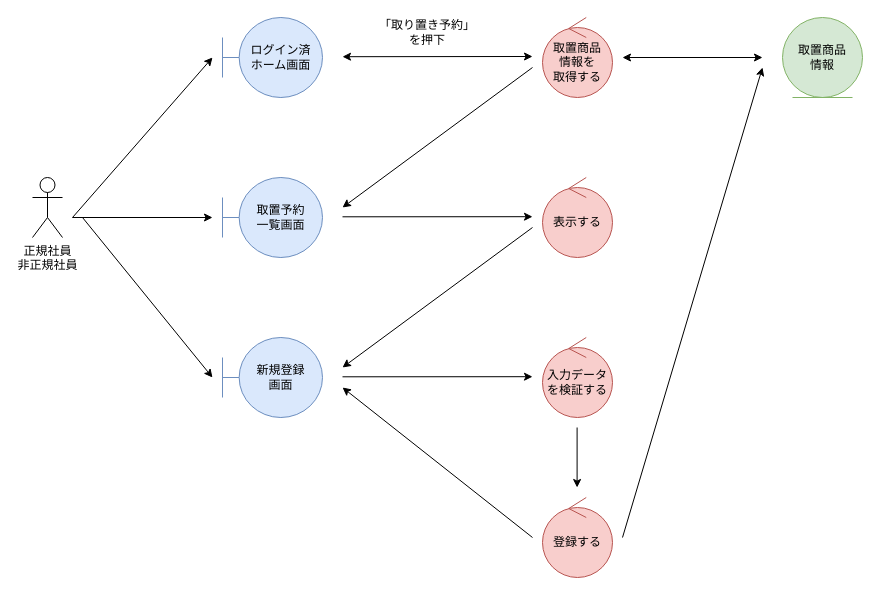
Before: page "*取置予約管理_登録" (1 of 4) of 各種設計書/3ロバストネス図/商品情報管理/3.取置予約管理.drawio in HaruShim/Sotuken, a draw.io diagram. Source tidied: cells renumbered, new cells numbered last; positions are measured from the earlier drawing's top-left corner, leaving out a move shared by most shapes. Both pictures are drawn from the tidied source at 100%, with x=0, y=0 at pixel (32, 17).
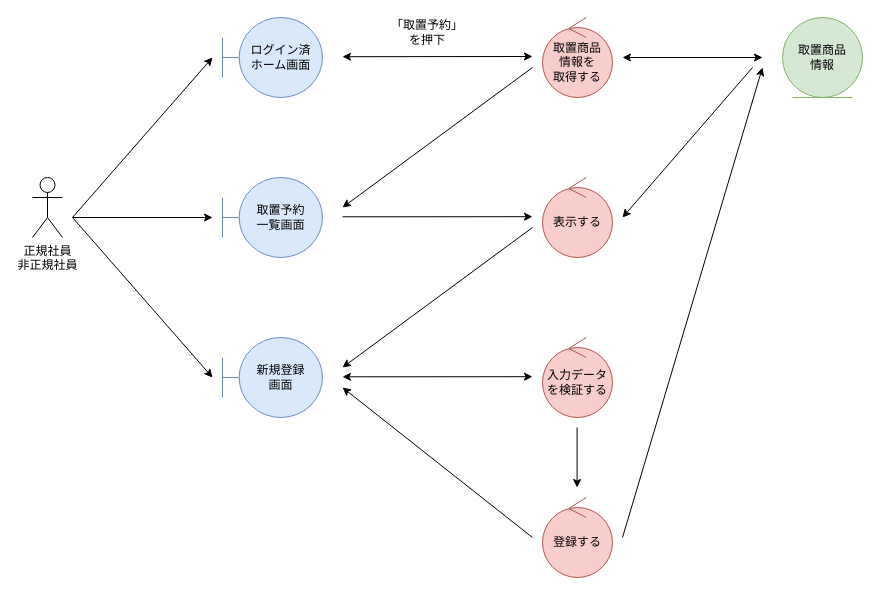
The same diagram, later.

Change to the diagram source:
```diff
@@
-    <mxCell id="8" value="「取り置き予約」&lt;br&gt;を押下" style="text;html=1;strokeColor=none;fillColor=none;align=center;verticalAlign=middle;whiteSpace=wrap;rounded=0;" parent="1" vertex="1">
+    <mxCell id="8" value="「取置予約」&lt;br&gt;を押下" style="text;html=1;strokeColor=none;fillColor=none;align=center;verticalAlign=middle;whiteSpace=wrap;rounded=0;" parent="1" vertex="1">
       <mxGeometry x="340" width="110" height="30" as="geometry" />
     </mxCell>
@@
-    <mxCell id="20" style="endArrow=classic;html=1;rounded=0;" parent="1" edge="1">
-      <mxGeometry relative="1" as="geometry">
-        <mxPoint x="310" y="359.3" as="sourcePoint" />
-        <mxPoint x="500" y="359.2" as="targetPoint" />
-      </mxGeometry>
-    </mxCell>
@@
     <mxCell id="23" style="endArrow=classic;html=1;rounded=0;" parent="1" edge="1">
       <mxGeometry relative="1" as="geometry">
-        <mxPoint x="50" y="200" as="sourcePoint" />
+        <mxPoint x="40" y="200" as="sourcePoint" />
         <mxPoint x="180" y="360" as="targetPoint" />
       </mxGeometry>
     </mxCell>
+    <mxCell id="20" style="endArrow=classic;html=1;rounded=0;jumpStyle=none;startArrow=classic;startFill=1;" parent="1" edge="1">
+      <mxGeometry relative="1" as="geometry">
+        <mxPoint x="310" y="359.3" as="sourcePoint" />
+        <mxPoint x="500" y="359.2" as="targetPoint" />
+      </mxGeometry>
+    </mxCell>
+    <mxCell id="24" style="endArrow=classic;html=1;rounded=0;" parent="1" edge="1">
+      <mxGeometry relative="1" as="geometry">
+        <mxPoint x="720" y="50" as="sourcePoint" />
+        <mxPoint x="590" y="200" as="targetPoint" />
+      </mxGeometry>
+    </mxCell>
```
